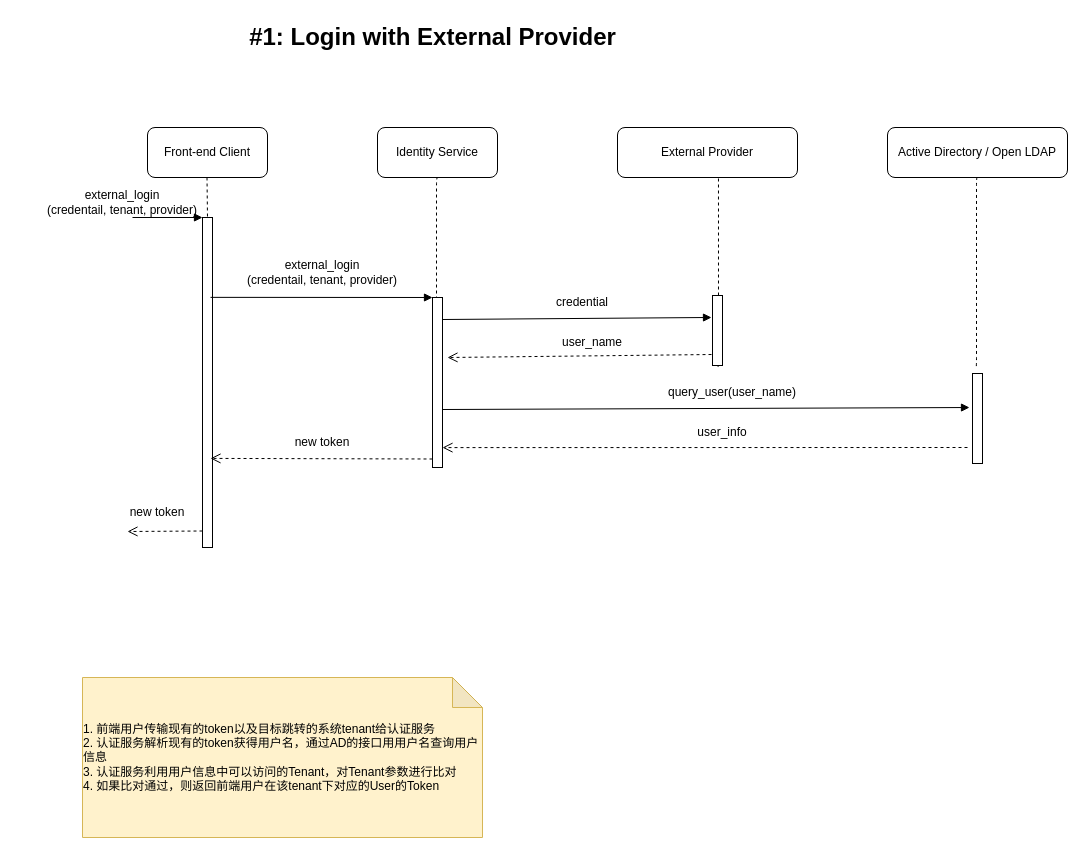
The draw.io diagram page "1. Login#2" (3 of 7) of ids.drawio in dellexquan/transfer, before the edit. Source tidied: cells renumbered, new cells numbered last; positions are measured from the earlier drawing's top-left corner, leaving out a move shared by most shapes. Both pictures are drawn from the tidied source at 100%, with x=0, y=0 at pixel (17, 17).
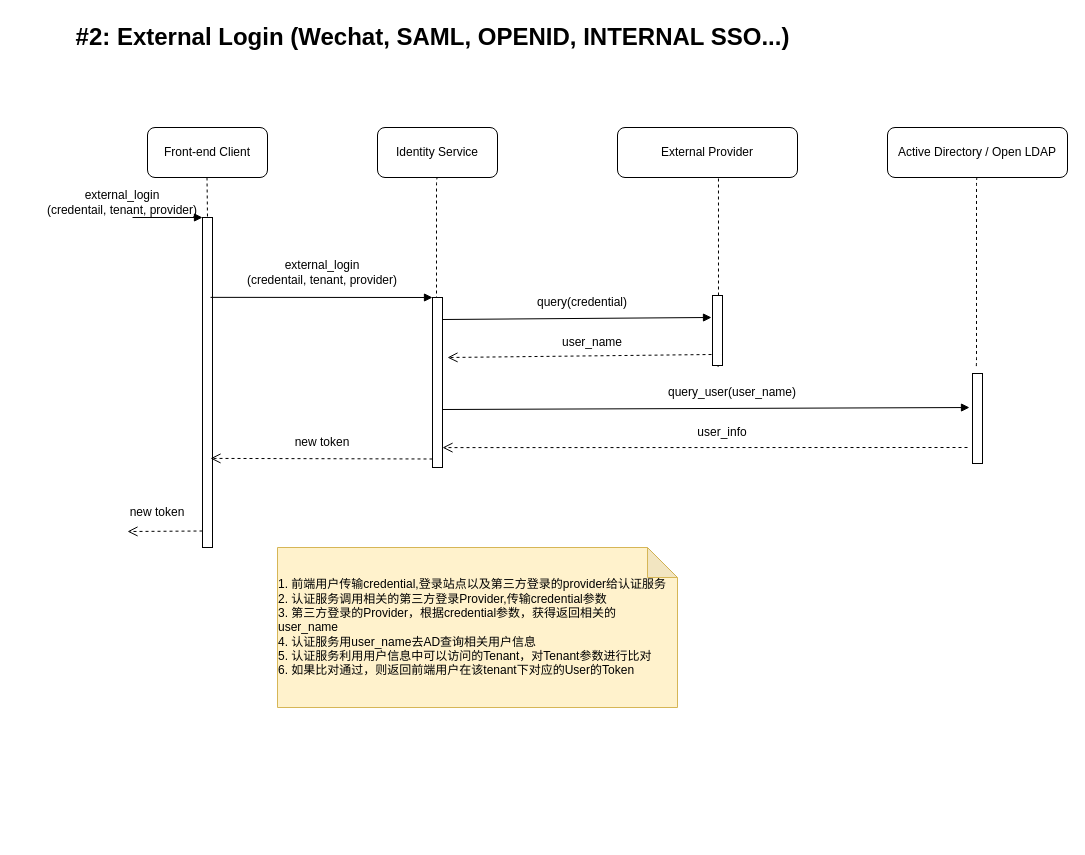
The same diagram, later.

Diff of the diagram source:
```diff
@@
-    <mxCell id="23" value="&lt;p style=&quot;line-height: 1.4&quot;&gt;&lt;/p&gt;&lt;div style=&quot;text-align: left&quot;&gt;1. 前端用户传输现有的token以及目标跳转的系统tenant给认证服务&lt;/div&gt;&lt;div style=&quot;text-align: left&quot;&gt;2. 认证服务解析现有的token获得用户名，通过AD的接口用用户名查询用户信息&lt;/div&gt;&lt;div style=&quot;text-align: left&quot;&gt;3. 认证服务利用用户信息中可以访问的Tenant，对Tenant参数进行比对&lt;/div&gt;&lt;div style=&quot;text-align: left&quot;&gt;4. 如果比对通过，则返回前端用户在该tenant下对应的User的Token&lt;/div&gt;&lt;p&gt;&lt;/p&gt;" style="shape=note;whiteSpace=wrap;html=1;backgroundOutline=1;darkOpacity=0.05;fillColor=#fff2cc;strokeColor=#d6b656;" parent="1" vertex="1">
-      <mxGeometry x="65" y="660" width="400" height="160" as="geometry" />
+    <mxCell id="23" value="&lt;p style=&quot;line-height: 1.4&quot;&gt;&lt;/p&gt;&lt;div style=&quot;text-align: left&quot;&gt;1. 前端用户传输credential,登录站点以及第三方登录的provider给认证服务&lt;/div&gt;&lt;div style=&quot;text-align: left&quot;&gt;2. 认证服务调用相关的第三方登录Provider,传输credential参数&lt;/div&gt;&lt;div style=&quot;text-align: left&quot;&gt;3. 第三方登录的Provider，根据credential参数，获得返回相关的user_name&lt;/div&gt;&lt;div style=&quot;text-align: left&quot;&gt;4. 认证服务用user_name去AD查询相关用户信息&lt;/div&gt;&lt;div style=&quot;text-align: left&quot;&gt;5.&amp;nbsp;&lt;span style=&quot;background-color: initial;&quot;&gt;认证服务利用用户信息中可以访问的Tenant，对Tenant参数进行比对&lt;/span&gt;&lt;/div&gt;&lt;div style=&quot;text-align: left;&quot;&gt;6. 如果比对通过，则返回前端用户在该tenant下对应的User的Token&lt;/div&gt;&lt;p&gt;&lt;/p&gt;" style="shape=note;whiteSpace=wrap;html=1;backgroundOutline=1;darkOpacity=0.05;fillColor=#fff2cc;strokeColor=#d6b656;" parent="1" vertex="1">
+      <mxGeometry x="260" y="530" width="400" height="160" as="geometry" />
     </mxCell>
-    <mxCell id="24" value="#1: Login with External Provider" style="text;strokeColor=none;fillColor=none;html=1;fontSize=24;fontStyle=1;verticalAlign=middle;align=center;" parent="1" vertex="1">
+    <mxCell id="24" value="#2: External Login (Wechat, SAML, OPENID, INTERNAL SSO...)" style="text;strokeColor=none;fillColor=none;html=1;fontSize=24;fontStyle=1;verticalAlign=middle;align=center;" parent="1" vertex="1">
       <mxGeometry x="365" width="100" height="40" as="geometry" />
     </mxCell>
@@
-    <mxCell id="32" value="credential" style="text;html=1;strokeColor=none;fillColor=none;align=center;verticalAlign=middle;whiteSpace=wrap;rounded=0;fontColor=none;" parent="1" vertex="1">
+    <mxCell id="32" value="query(credential)" style="text;html=1;strokeColor=none;fillColor=none;align=center;verticalAlign=middle;whiteSpace=wrap;rounded=0;fontColor=none;" parent="1" vertex="1">
       <mxGeometry x="470" y="270" width="190" height="30" as="geometry" />
     </mxCell>
```
